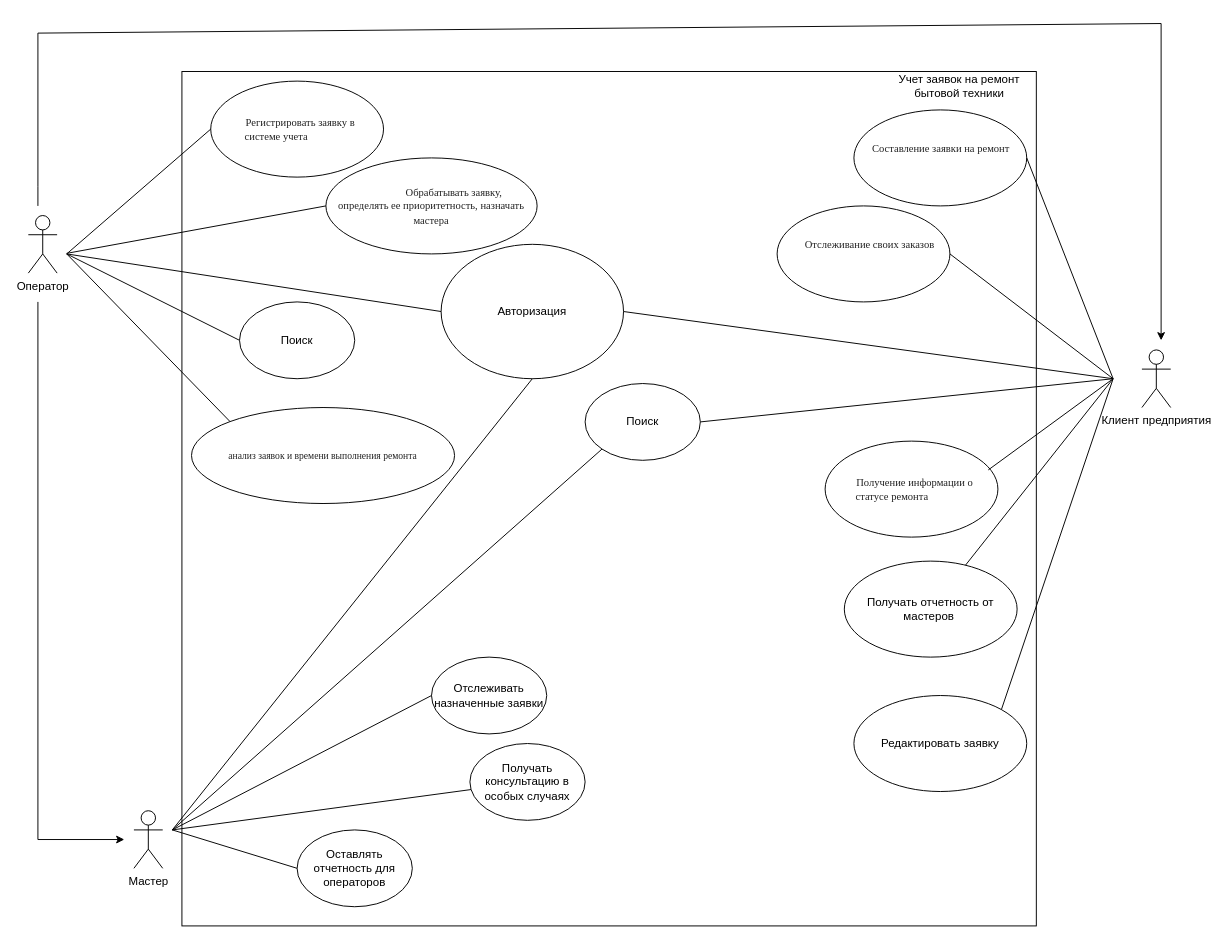
Above: page "Страница — 1" (1 of 5) of Задание 2.drawio in ghgghgghgghgghg/tetris (draw.io), before the change. Source tidied: cells renumbered, new cells numbered last; positions are measured from the earlier drawing's top-left corner, leaving out a move shared by most shapes. Both pictures are drawn from the tidied source at 96%, with x=0, y=0 at pixel (28, 23).
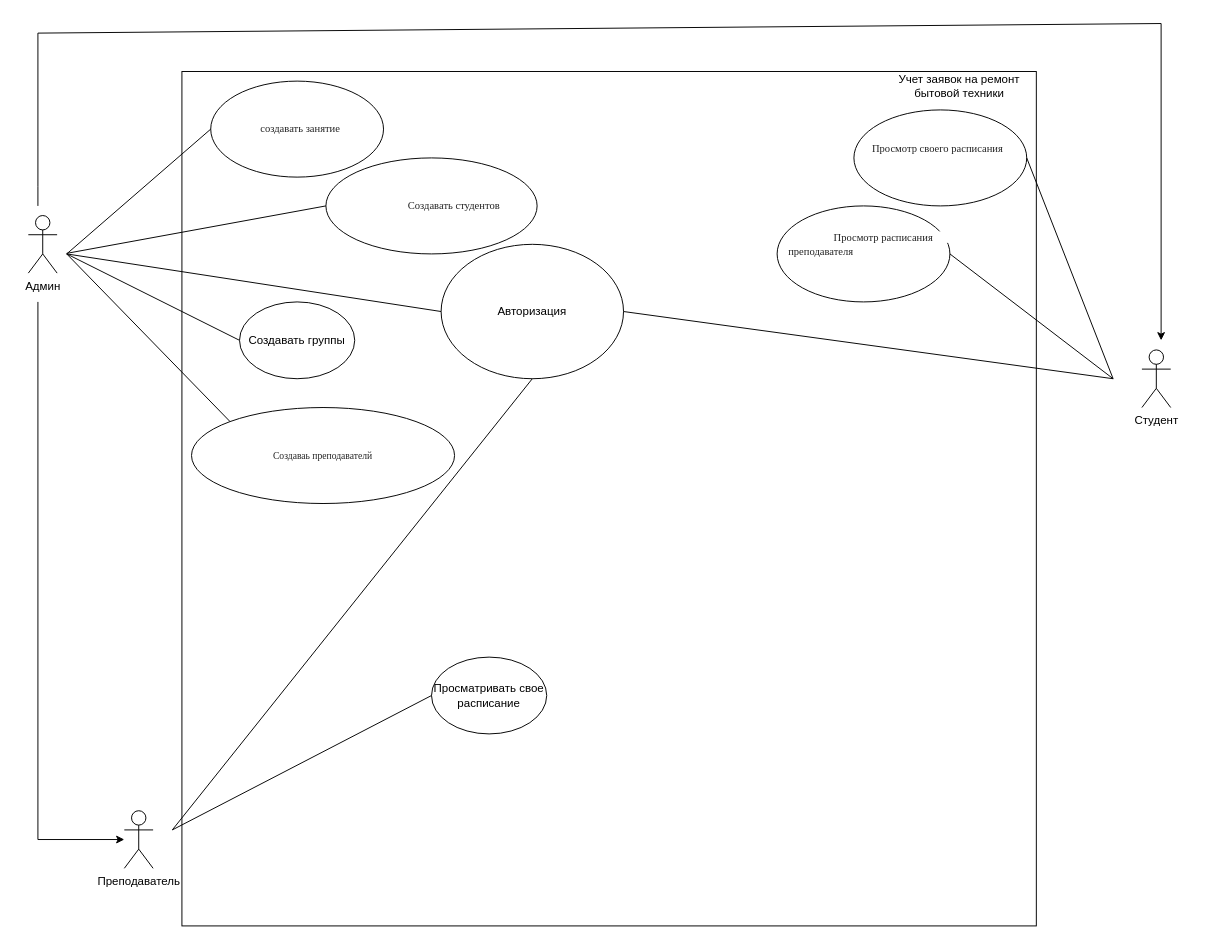
The same page after the edit.

The edit, as a diff of the source:
```diff
@@
-    <mxCell id="3" value="Оператор" style="shape=umlActor;verticalLabelPosition=bottom;verticalAlign=top;html=1;" parent="1" vertex="1">
+    <mxCell id="3" value="Админ" style="shape=umlActor;verticalLabelPosition=bottom;verticalAlign=top;html=1;" parent="1" vertex="1">
       <mxGeometry y="200" width="30" height="60" as="geometry" />
     </mxCell>
-    <mxCell id="4" value="Мастер" style="shape=umlActor;verticalLabelPosition=bottom;verticalAlign=top;html=1;" parent="1" vertex="1">
-      <mxGeometry x="110" y="820" width="30" height="60" as="geometry" />
+    <mxCell id="4" value="Преподаватель" style="shape=umlActor;verticalLabelPosition=bottom;verticalAlign=top;html=1;" parent="1" vertex="1">
+      <mxGeometry x="100" y="820" width="30" height="60" as="geometry" />
     </mxCell>
-    <mxCell id="5" value="Клиент предприятия" style="shape=umlActor;verticalLabelPosition=bottom;verticalAlign=top;html=1;" parent="1" vertex="1">
+    <mxCell id="5" value="Студент&lt;div&gt;&lt;br&gt;&lt;/div&gt;" style="shape=umlActor;verticalLabelPosition=bottom;verticalAlign=top;html=1;" parent="1" vertex="1">
       <mxGeometry x="1160" y="340" width="30" height="60" as="geometry" />
     </mxCell>
@@
-    <mxCell id="8" value="&lt;div style=&quot;text-indent: 47.2667px;&quot;&gt;&lt;font color=&quot;#222222&quot; face=&quot;Times New Roman&quot;&gt;&lt;span style=&quot;font-size: 11px; background-color: rgb(255, 255, 255);&quot;&gt;Отслеживание своих заказов&lt;/span&gt;&lt;/font&gt;&lt;/div&gt;" style="text;html=1;align=left;verticalAlign=middle;whiteSpace=wrap;rounded=0;rotation=0;" parent="1" vertex="1">
-      <mxGeometry x="760" y="190" width="200" height="80" as="geometry" />
+    <mxCell id="8" value="&lt;div style=&quot;text-indent: 47.2667px;&quot;&gt;&lt;font color=&quot;#222222&quot; face=&quot;Times New Roman&quot;&gt;&lt;span style=&quot;font-size: 11px; background-color: rgb(255, 255, 255);&quot;&gt;Просмотр расписания&amp;nbsp; &amp;nbsp; &amp;nbsp; &amp;nbsp; преподавателя&lt;/span&gt;&lt;/font&gt;&lt;/div&gt;" style="text;html=1;align=left;verticalAlign=middle;whiteSpace=wrap;rounded=0;rotation=0;" parent="1" vertex="1">
+      <mxGeometry x="790" y="190" width="200" height="80" as="geometry" />
     </mxCell>
@@
-    <mxCell id="10" style="ellipse;whiteSpace=wrap;html=1;" parent="1" vertex="1">
-      <mxGeometry x="830" y="435" width="180" height="100" as="geometry" />
-    </mxCell>
-    <mxCell id="11" value="&lt;div style=&quot;text-indent: 47.2667px;&quot;&gt;&lt;font face=&quot;Times New Roman&quot; color=&quot;#222222&quot;&gt;&lt;span style=&quot;font-size: 11px; background-color: rgb(255, 255, 255);&quot;&gt;Составление заявки на ремонт&amp;nbsp;&lt;/span&gt;&lt;/font&gt;&lt;/div&gt;" style="text;html=1;align=left;verticalAlign=middle;whiteSpace=wrap;rounded=0;rotation=0;" parent="1" vertex="1">
+    <mxCell id="11" value="&lt;div style=&quot;text-indent: 47.2667px;&quot;&gt;&lt;font face=&quot;Times New Roman&quot; color=&quot;#222222&quot;&gt;&lt;span style=&quot;font-size: 11px; background-color: rgb(255, 255, 255);&quot;&gt;Просмотр своего расписания&lt;/span&gt;&lt;/font&gt;&lt;/div&gt;" style="text;html=1;align=left;verticalAlign=middle;whiteSpace=wrap;rounded=0;rotation=0;" parent="1" vertex="1">
       <mxGeometry x="830" y="90" width="200" height="80" as="geometry" />
     </mxCell>
-    <mxCell id="12" value="&lt;div style=&quot;text-indent: 47.2667px;&quot;&gt;&lt;font face=&quot;Times New Roman&quot; color=&quot;#222222&quot;&gt;&lt;span style=&quot;font-size: 11px; background-color: rgb(255, 255, 255);&quot;&gt;Получение информации о статусе ремонта&lt;/span&gt;&lt;/font&gt;&lt;/div&gt;" style="text;html=1;align=center;verticalAlign=middle;whiteSpace=wrap;rounded=0;rotation=0;" parent="1" vertex="1">
-      <mxGeometry x="800" y="445" width="200" height="80" as="geometry" />
-    </mxCell>
-    <mxCell id="13" value="&lt;span style=&quot;color: rgb(34, 34, 34); font-family: &amp;quot;Times New Roman&amp;quot;; font-size: x-small; text-align: left; text-indent: 47.2667px; background-color: rgb(255, 255, 255);&quot;&gt;анализ заявок и времени выполнения ремонта&lt;/span&gt;" style="ellipse;whiteSpace=wrap;html=1;" parent="1" vertex="1">
+    <mxCell id="13" value="&lt;span style=&quot;color: rgb(34, 34, 34); font-family: &amp;quot;Times New Roman&amp;quot;; font-size: x-small; text-align: left; text-indent: 47.2667px; background-color: rgb(255, 255, 255);&quot;&gt;Создаваь преподавателй&lt;/span&gt;" style="ellipse;whiteSpace=wrap;html=1;" parent="1" vertex="1">
       <mxGeometry x="170" y="400" width="274" height="100" as="geometry" />
     </mxCell>
@@
-    <mxCell id="16" value="&lt;div style=&quot;text-indent: 47.2667px;&quot;&gt;&lt;font color=&quot;#222222&quot; face=&quot;Times New Roman&quot;&gt;&lt;span style=&quot;font-size: 11px; background-color: rgb(255, 255, 255);&quot;&gt;Регистрировать заявку в системе учета&amp;nbsp;&lt;/span&gt;&lt;/font&gt;&lt;/div&gt;" style="text;html=1;align=center;verticalAlign=middle;whiteSpace=wrap;rounded=0;rotation=0;" parent="1" vertex="1">
+    <mxCell id="16" value="&lt;div style=&quot;text-indent: 47.2667px;&quot;&gt;&lt;font color=&quot;#222222&quot; face=&quot;Times New Roman&quot;&gt;&lt;span style=&quot;font-size: 11px; background-color: rgb(255, 255, 255);&quot;&gt;создавать занятие&lt;/span&gt;&lt;/font&gt;&lt;/div&gt;" style="text;html=1;align=center;verticalAlign=middle;whiteSpace=wrap;rounded=0;rotation=0;" parent="1" vertex="1">
       <mxGeometry x="160" y="70" width="200" height="80" as="geometry" />
     </mxCell>
-    <mxCell id="17" value="&lt;div style=&quot;text-indent: 47.2667px;&quot;&gt;&lt;font color=&quot;#222222&quot; face=&quot;Times New Roman&quot;&gt;&lt;span style=&quot;font-size: 11px; background-color: rgb(255, 255, 255);&quot;&gt;Обрабатывать заявку, определять ее приоритетность, назначать мастера&lt;/span&gt;&lt;/font&gt;&lt;/div&gt;" style="text;html=1;align=center;verticalAlign=middle;whiteSpace=wrap;rounded=0;rotation=0;" parent="1" vertex="1">
+    <mxCell id="17" value="&lt;div style=&quot;text-indent: 47.2667px;&quot;&gt;&lt;font color=&quot;#222222&quot; face=&quot;Times New Roman&quot;&gt;&lt;span style=&quot;font-size: 11px; background-color: rgb(255, 255, 255);&quot;&gt;Создавать студентов&lt;/span&gt;&lt;/font&gt;&lt;/div&gt;" style="text;html=1;align=center;verticalAlign=middle;whiteSpace=wrap;rounded=0;rotation=0;" parent="1" vertex="1">
       <mxGeometry x="320" y="150" width="200" height="80" as="geometry" />
     </mxCell>
-    <mxCell id="18" value="Получать отчетность от мастеров&amp;nbsp;" style="ellipse;whiteSpace=wrap;html=1;" parent="1" vertex="1">
-      <mxGeometry x="850" y="560" width="180" height="100" as="geometry" />
-    </mxCell>
-    <mxCell id="19" value="Отслеживать назначенные заявки" style="ellipse;whiteSpace=wrap;html=1;" parent="1" vertex="1">
+    <mxCell id="19" value="Просматривать свое расписание" style="ellipse;whiteSpace=wrap;html=1;" parent="1" vertex="1">
       <mxGeometry x="420" y="660" width="120" height="80" as="geometry" />
     </mxCell>
-    <mxCell id="20" value="Получать консультацию в особых случаях" style="ellipse;whiteSpace=wrap;html=1;" parent="1" vertex="1">
-      <mxGeometry x="460" y="750" width="120" height="80" as="geometry" />
-    </mxCell>
-    <mxCell id="21" value="Оставлять отчетность для операторов" style="ellipse;whiteSpace=wrap;html=1;" parent="1" vertex="1">
-      <mxGeometry x="280" y="840" width="120" height="80" as="geometry" />
-    </mxCell>
@@
-    <mxCell id="27" style="endArrow=none;html=1;rounded=0;endFill=0;entryX=1;entryY=0.25;entryDx=0;entryDy=0;" parent="1" edge="1" target="12">
-      <mxGeometry relative="1" as="geometry">
-        <mxPoint x="1130" y="370" as="sourcePoint" />
-      </mxGeometry>
-    </mxCell>
-    <mxCell id="28" style="endArrow=none;html=1;rounded=0;endFill=0;" parent="1" edge="1" target="18">
-      <mxGeometry relative="1" as="geometry">
-        <mxPoint x="1130" y="370" as="sourcePoint" />
-      </mxGeometry>
-    </mxCell>
@@
-    <mxCell id="30" style="endArrow=none;html=1;rounded=0;endFill=0;" parent="1" edge="1" target="20">
-      <mxGeometry relative="1" as="geometry">
-        <mxPoint x="150" y="840" as="sourcePoint" />
-      </mxGeometry>
-    </mxCell>
-    <mxCell id="31" style="endArrow=none;html=1;rounded=0;entryX=0;entryY=0.5;entryDx=0;entryDy=0;endFill=0;" parent="1" edge="1" target="21">
-      <mxGeometry relative="1" as="geometry">
-        <mxPoint x="150" y="840" as="sourcePoint" />
-      </mxGeometry>
-    </mxCell>
@@
-    <mxCell id="38" value="Редактировать заявку" style="ellipse;whiteSpace=wrap;html=1;" parent="1" vertex="1">
-      <mxGeometry x="860" y="700" width="180" height="100" as="geometry" />
-    </mxCell>
-    <mxCell id="39" style="endArrow=none;html=1;rounded=0;endFill=0;entryX=1;entryY=0;entryDx=0;entryDy=0;" parent="1" edge="1" target="38">
-      <mxGeometry relative="1" as="geometry">
-        <mxPoint x="1130" y="370" as="sourcePoint" />
-      </mxGeometry>
-    </mxCell>
-    <mxCell id="40" style="rounded=0;jettySize=auto;html=1;exitX=1;exitY=0.5;exitDx=0;exitDy=0;endArrow=none;endFill=0;" parent="1" edge="1" source="43">
-      <mxGeometry relative="1" as="geometry">
-        <mxPoint x="1130" y="370" as="targetPoint" />
-      </mxGeometry>
-    </mxCell>
-    <mxCell id="41" style="rounded=0;jettySize=auto;html=1;exitX=0;exitY=1;exitDx=0;exitDy=0;endArrow=none;endFill=0;" parent="1" edge="1" source="43">
-      <mxGeometry relative="1" as="geometry">
-        <mxPoint x="150" y="840" as="targetPoint" />
-      </mxGeometry>
-    </mxCell>
@@
-    <mxCell id="43" value="Поиск" style="ellipse;whiteSpace=wrap;html=1;" parent="1" vertex="1">
-      <mxGeometry x="580" y="375" width="120" height="80" as="geometry" />
-    </mxCell>
-    <mxCell id="44" value="Поиск" style="ellipse;whiteSpace=wrap;html=1;" parent="1" vertex="1">
+    <mxCell id="44" value="Создавать группы" style="ellipse;whiteSpace=wrap;html=1;" parent="1" vertex="1">
       <mxGeometry x="220" y="290" width="120" height="80" as="geometry" />
     </mxCell>
```
